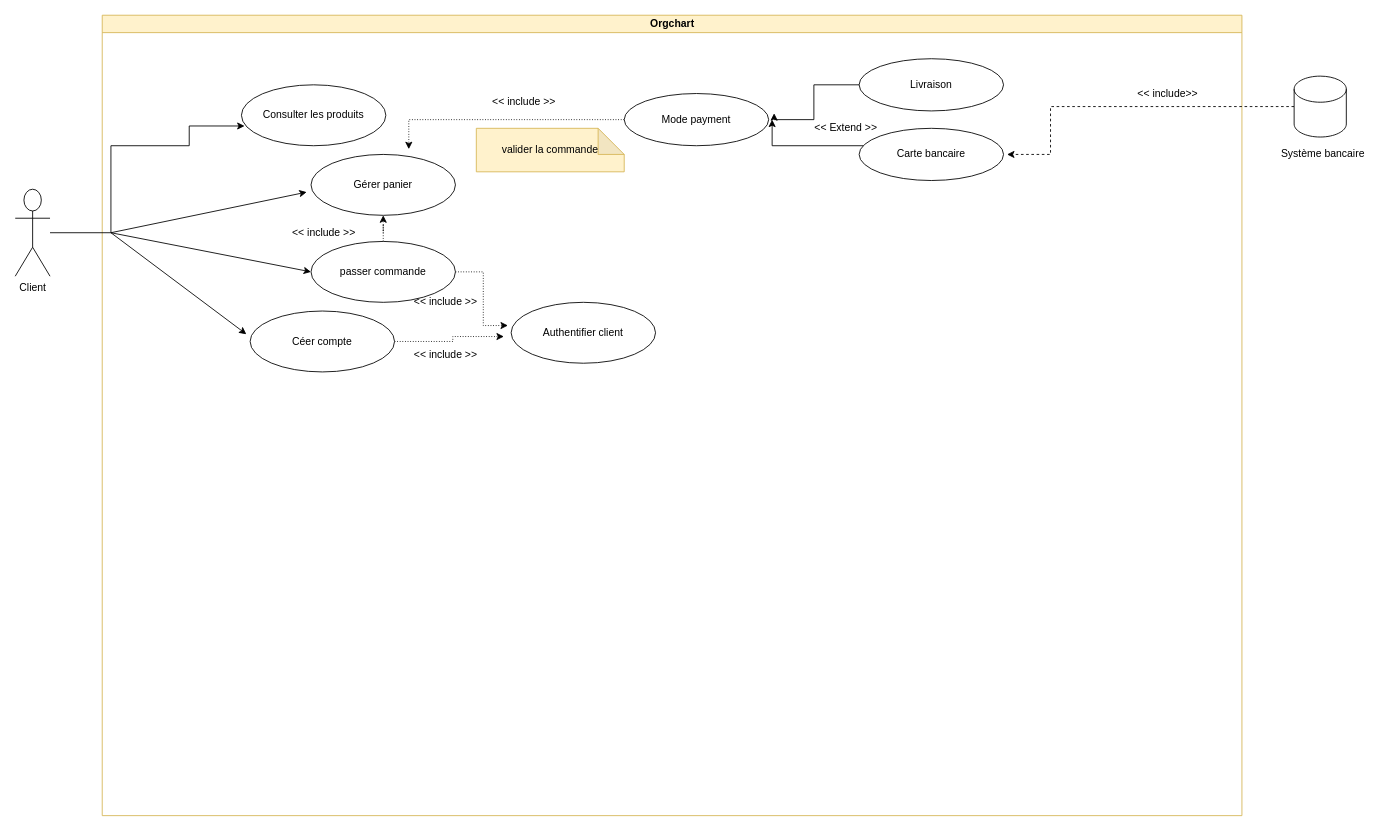
This is Untitled Diagram.drawio from said11707/Conception-de-la-premi-re-version-du-site-one-bleach.uni-, a draw.io file, before an edit. Source tidied: cells renumbered, new cells numbered last; positions are measured from the earlier drawing's top-left corner, leaving out a move shared by most shapes. Both pictures are drawn from the tidied source at 87%, with x=0, y=0 at pixel (15, 15).
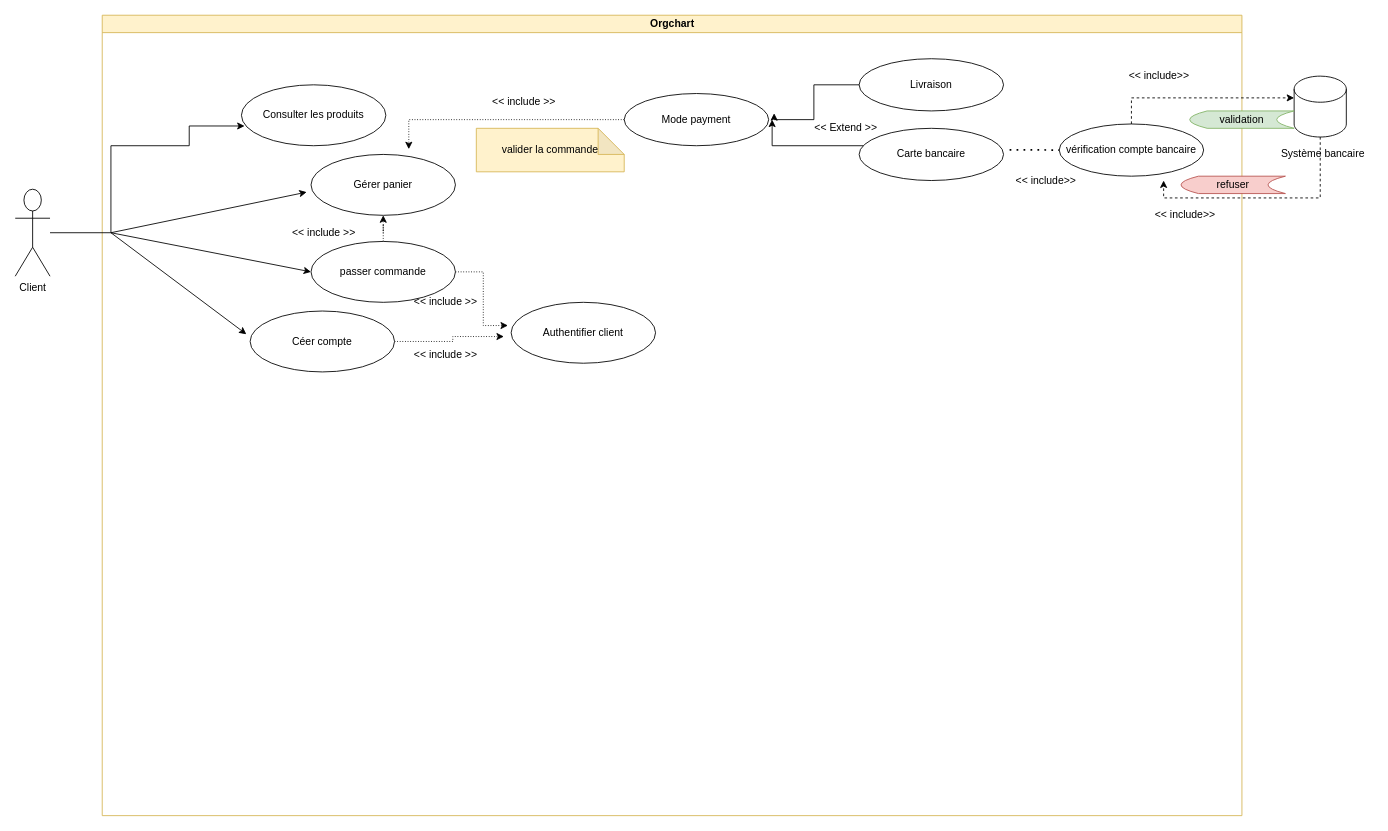
Above is the later version.

The change refers to these unchanged cells:
```xml
<mxCell id="2" value="Orgchart" style="swimlane;html=1;startSize=20;horizontal=1;containerType=tree;glass=0;fillColor=#fff2cc;strokeColor=#d6b656;" parent="1" vertex="1">
  <mxGeometry x="100" width="1310" height="920" as="geometry" />
</mxCell>
<mxCell id="21" value="Carte bancaire" style="ellipse;whiteSpace=wrap;html=1;" parent="2" vertex="1">
  <mxGeometry x="870" y="130" width="166" height="60" as="geometry" />
</mxCell>
<mxCell id="30" style="shape=cylinder3;whiteSpace=wrap;html=1;boundedLbl=1;backgroundOutline=1;size=15;" parent="1" vertex="1">
  <mxGeometry x="1470" y="70" width="60" height="70" as="geometry" />
</mxCell>
```

What changed in the source:
```diff
@@
     <mxCell id="23" value="&amp;lt;&amp;lt; include&amp;gt;&amp;gt;" style="text;html=1;strokeColor=none;fillColor=none;align=center;verticalAlign=middle;whiteSpace=wrap;rounded=0;" parent="2" vertex="1">
-      <mxGeometry x="1170" y="80" width="110" height="20" as="geometry" />
+      <mxGeometry x="1160" y="60" width="110" height="20" as="geometry" />
     </mxCell>
+    <mxCell id="32" value="vérification compte bancaire" style="ellipse;whiteSpace=wrap;html=1;" parent="2" vertex="1">
+      <mxGeometry x="1100" y="125" width="166" height="60" as="geometry" />
+    </mxCell>
+    <mxCell id="33" style="endArrow=none;dashed=1;html=1;dashPattern=1 3;strokeWidth=2;entryX=0;entryY=0.5;entryDx=0;entryDy=0;exitX=1.042;exitY=0.411;exitDx=0;exitDy=0;exitPerimeter=0;" parent="2" edge="1" source="21" target="32">
+      <mxGeometry relative="1" as="geometry" />
+    </mxCell>
+    <mxCell id="34" value="&amp;lt;&amp;lt; include&amp;gt;&amp;gt;" style="text;html=1;strokeColor=none;fillColor=none;align=center;verticalAlign=middle;whiteSpace=wrap;rounded=0;" parent="2" vertex="1">
+      <mxGeometry x="1190" y="220" width="110" height="20" as="geometry" />
+    </mxCell>
@@
-    <mxCell id="29" style="edgeStyle=orthogonalEdgeStyle;rounded=0;jettySize=auto;html=1;dashed=1;" parent="1" edge="1" source="30">
-      <mxGeometry relative="1" as="geometry">
-        <mxPoint x="1140" y="160" as="targetPoint" />
-        <Array as="points">
-          <mxPoint x="1190" y="105" />
-          <mxPoint x="1190" y="160" />
-        </Array>
-      </mxGeometry>
-    </mxCell>
+    <mxCell id="35" style="edgeStyle=orthogonalEdgeStyle;rounded=0;jettySize=auto;html=1;dashed=1;" parent="1" edge="1" source="30">
+      <mxGeometry relative="1" as="geometry">
+        <mxPoint x="1320" y="190" as="targetPoint" />
+        <Array as="points">
+          <mxPoint x="1500" y="210" />
+          <mxPoint x="1320" y="210" />
+        </Array>
+      </mxGeometry>
+    </mxCell>
@@
+    <mxCell id="36" style="edgeStyle=orthogonalEdgeStyle;rounded=0;jettySize=auto;html=1;entryX=0;entryY=0;entryDx=0;entryDy=25;entryPerimeter=0;dashed=1;" parent="1" edge="1" source="32" target="30">
+      <mxGeometry relative="1" as="geometry">
+        <Array as="points">
+          <mxPoint x="1283" y="95" />
+        </Array>
+      </mxGeometry>
+    </mxCell>
+    <mxCell id="37" value="&amp;lt;&amp;lt; include&amp;gt;&amp;gt;" style="text;html=1;strokeColor=none;fillColor=none;align=center;verticalAlign=middle;whiteSpace=wrap;rounded=0;" parent="1" vertex="1">
+      <mxGeometry x="1130" y="180" width="110" height="20" as="geometry" />
+    </mxCell>
+    <mxCell id="38" value="validation" style="shape=dataStorage;whiteSpace=wrap;html=1;fixedSize=1;fillColor=#d5e8d4;strokeColor=#82b366;" parent="1" vertex="1">
+      <mxGeometry x="1350" y="110" width="120" height="20" as="geometry" />
+    </mxCell>
+    <mxCell id="39" value="refuser" style="shape=dataStorage;whiteSpace=wrap;html=1;fixedSize=1;fillColor=#f8cecc;strokeColor=#b85450;" parent="1" vertex="1">
+      <mxGeometry x="1340" y="185" width="120" height="20" as="geometry" />
+    </mxCell>
```
